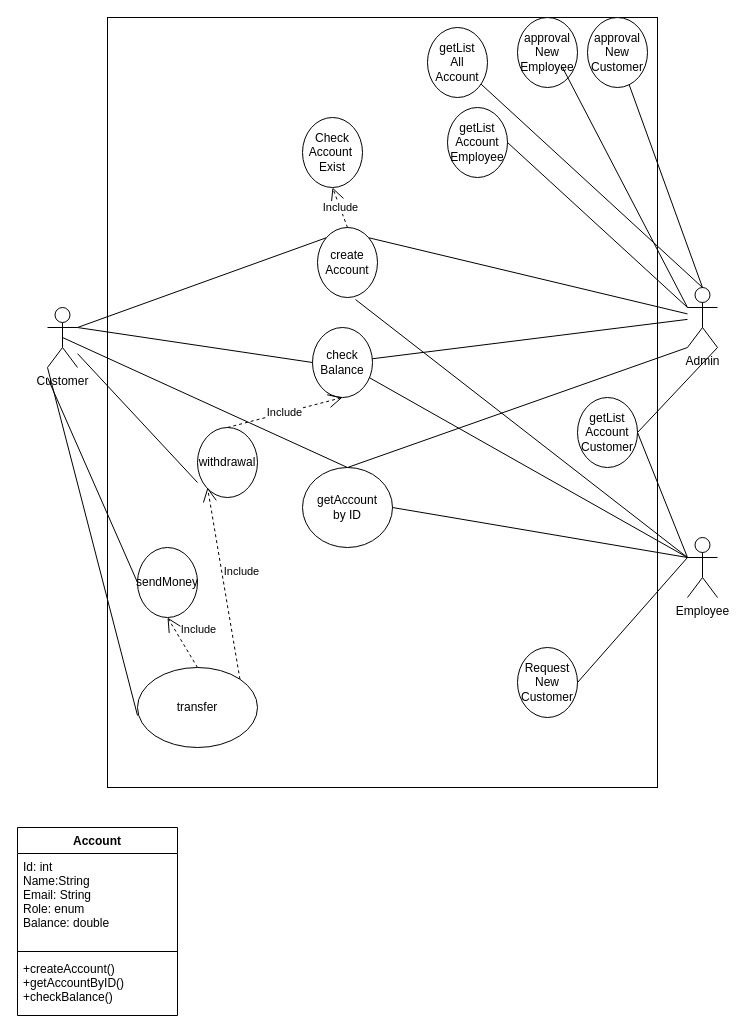
Above: Bank_Use_Case.drawio in QuyetVV1995/Bank (draw.io), before the change. Source tidied: cells renumbered, new cells numbered last; positions are measured from the earlier drawing's top-left corner, leaving out a move shared by most shapes. Both pictures are drawn from the tidied source at 100%, with x=0, y=0 at pixel (17, 17).
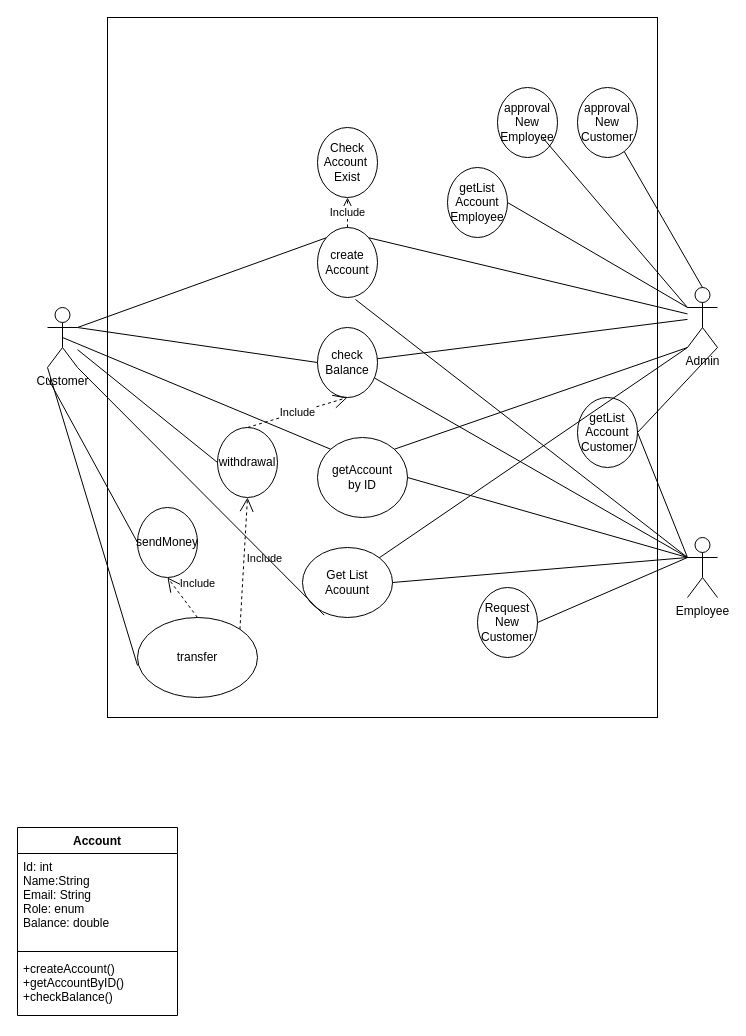
The same diagram, later.

Unchanged cells that the change refers to:
```xml
<mxCell id="2" value="Customer&lt;br&gt;" style="shape=umlActor;verticalLabelPosition=bottom;verticalAlign=top;html=1;outlineConnect=0;" parent="1" vertex="1">
  <mxGeometry x="30" y="290" width="30" height="60" as="geometry" />
</mxCell>
<mxCell id="3" value="Employee" style="shape=umlActor;verticalLabelPosition=bottom;verticalAlign=top;html=1;outlineConnect=0;" parent="1" vertex="1">
  <mxGeometry x="670" y="520" width="30" height="60" as="geometry" />
</mxCell>
<mxCell id="4" value="Admin" style="shape=umlActor;verticalLabelPosition=bottom;verticalAlign=top;html=1;outlineConnect=0;" parent="1" vertex="1">
  <mxGeometry x="670" y="270" width="30" height="60" as="geometry" />
</mxCell>
```

The edit, as a diff of the source:
```diff
@@
     <mxCell id="5" style="rounded=0;whiteSpace=wrap;html=1;" parent="1" vertex="1">
-      <mxGeometry x="90" width="550" height="770" as="geometry" />
+      <mxGeometry x="90" width="550" height="700" as="geometry" />
     </mxCell>
@@
     <mxCell id="7" value="check&lt;br&gt;Balance" style="ellipse;whiteSpace=wrap;html=1;" parent="1" vertex="1">
-      <mxGeometry x="295" y="310" width="60" height="70" as="geometry" />
+      <mxGeometry x="300" y="310" width="60" height="70" as="geometry" />
     </mxCell>
     <mxCell id="8" value="withdrawal" style="ellipse;whiteSpace=wrap;html=1;" parent="1" vertex="1">
-      <mxGeometry x="180" y="410" width="60" height="70" as="geometry" />
+      <mxGeometry x="200" y="410" width="60" height="70" as="geometry" />
     </mxCell>
     <mxCell id="9" value="sendMoney" style="ellipse;whiteSpace=wrap;html=1;direction=west;" parent="1" vertex="1">
-      <mxGeometry x="120" y="530" width="60" height="70" as="geometry" />
+      <mxGeometry x="120" y="490" width="60" height="70" as="geometry" />
     </mxCell>
     <mxCell id="10" value="Check Account&amp;nbsp;&lt;br&gt;Exist" style="ellipse;whiteSpace=wrap;html=1;" parent="1" vertex="1">
-      <mxGeometry x="285" y="100" width="60" height="70" as="geometry" />
+      <mxGeometry x="300" y="110" width="60" height="70" as="geometry" />
     </mxCell>
     <mxCell id="11" value="Request&lt;br&gt;New&lt;br&gt;Customer" style="ellipse;whiteSpace=wrap;html=1;" parent="1" vertex="1">
-      <mxGeometry x="500" y="630" width="60" height="70" as="geometry" />
+      <mxGeometry x="460" y="570" width="60" height="70" as="geometry" />
     </mxCell>
     <mxCell id="12" value="approval&lt;br&gt;New&lt;br&gt;Customer" style="ellipse;whiteSpace=wrap;html=1;" parent="1" vertex="1">
-      <mxGeometry x="570" width="60" height="70" as="geometry" />
+      <mxGeometry x="560" y="70" width="60" height="70" as="geometry" />
     </mxCell>
-    <mxCell id="13" value="getList&lt;br&gt;All&lt;br&gt;Account" style="ellipse;whiteSpace=wrap;html=1;" parent="1" vertex="1">
-      <mxGeometry x="410" y="10" width="60" height="70" as="geometry" />
+    <mxCell id="13" value="Get List&lt;br&gt;Acouunt" style="ellipse;whiteSpace=wrap;html=1;" parent="1" vertex="1">
+      <mxGeometry x="285" y="530" width="90" height="70" as="geometry" />
     </mxCell>
@@
-    <mxCell id="17" style="endArrow=none;html=1;exitX=0;exitY=0.786;exitDx=0;exitDy=0;exitPerimeter=0;" parent="1" edge="1" source="8" target="2">
+    <mxCell id="17" style="endArrow=none;html=1;exitX=0;exitY=0.5;exitDx=0;exitDy=0;" parent="1" edge="1" source="8" target="2">
       <mxGeometry relative="1" as="geometry" />
     </mxCell>
@@
-    <mxCell id="19" style="endArrow=none;html=1;entryX=0.5;entryY=0;entryDx=0;entryDy=0;entryPerimeter=0;" parent="1" edge="1" source="13" target="4">
-      <mxGeometry relative="1" as="geometry" />
-    </mxCell>
@@
     <mxCell id="22" value="getAccount&lt;br&gt;by ID" style="ellipse;whiteSpace=wrap;html=1;" parent="1" vertex="1">
-      <mxGeometry x="285" y="450" width="90" height="80" as="geometry" />
+      <mxGeometry x="300" y="420" width="90" height="80" as="geometry" />
     </mxCell>
-    <mxCell id="23" value="Include" style="endArrow=open;endSize=12;dashed=1;html=1;exitX=1;exitY=0;exitDx=0;exitDy=0;" parent="1" edge="1" source="43">
-      <mxGeometry x="0.09" y="-20" relative="1" as="geometry">
-        <mxPoint x="190" y="470" as="targetPoint" />
-      </mxGeometry>
+    <mxCell id="23" value="Include" style="endArrow=open;endSize=12;dashed=1;html=1;exitX=1;exitY=0;exitDx=0;exitDy=0;entryX=0.5;entryY=1;entryDx=0;entryDy=0;" parent="1" edge="1" source="43" target="8">
+      <mxGeometry x="0.09" y="-20" relative="1" as="geometry" />
     </mxCell>
@@
     <mxCell id="25" value="getList&lt;br&gt;Account&lt;br&gt;Employee" style="ellipse;whiteSpace=wrap;html=1;" parent="1" vertex="1">
-      <mxGeometry x="430" y="90" width="60" height="70" as="geometry" />
+      <mxGeometry x="430" y="150" width="60" height="70" as="geometry" />
     </mxCell>
@@
-    <mxCell id="38" style="endArrow=none;html=1;entryX=0;entryY=1;entryDx=0;entryDy=0;entryPerimeter=0;" parent="1" edge="1" target="4">
-      <mxGeometry relative="1" as="geometry">
-        <mxPoint x="330" y="450" as="sourcePoint" />
-      </mxGeometry>
+    <mxCell id="38" style="endArrow=none;html=1;entryX=0;entryY=1;entryDx=0;entryDy=0;entryPerimeter=0;exitX=1;exitY=0;exitDx=0;exitDy=0;" parent="1" edge="1" source="22" target="4">
+      <mxGeometry relative="1" as="geometry" />
     </mxCell>
-    <mxCell id="39" style="endArrow=none;html=1;entryX=0.5;entryY=0.5;entryDx=0;entryDy=0;entryPerimeter=0;" parent="1" edge="1" target="2">
-      <mxGeometry relative="1" as="geometry">
-        <mxPoint x="330" y="450" as="sourcePoint" />
-      </mxGeometry>
+    <mxCell id="39" style="endArrow=none;html=1;entryX=0.5;entryY=0.5;entryDx=0;entryDy=0;entryPerimeter=0;exitX=0;exitY=0;exitDx=0;exitDy=0;" parent="1" edge="1" source="22" target="2">
+      <mxGeometry relative="1" as="geometry" />
     </mxCell>
     <mxCell id="40" value="approval&lt;br&gt;New&lt;br&gt;Employee" style="ellipse;whiteSpace=wrap;html=1;" parent="1" vertex="1">
-      <mxGeometry x="500" width="60" height="70" as="geometry" />
+      <mxGeometry x="480" y="70" width="60" height="70" as="geometry" />
     </mxCell>
@@
     <mxCell id="43" value="transfer" style="ellipse;whiteSpace=wrap;html=1;" parent="1" vertex="1">
-      <mxGeometry x="120" y="650" width="120" height="80" as="geometry" />
+      <mxGeometry x="120" y="600" width="120" height="80" as="geometry" />
     </mxCell>
@@
+    <mxCell id="46" style="endArrow=none;html=1;exitX=1;exitY=1;exitDx=0;exitDy=0;exitPerimeter=0;entryX=0.242;entryY=0.967;entryDx=0;entryDy=0;entryPerimeter=0;" parent="1" edge="1" source="2" target="13">
+      <mxGeometry relative="1" as="geometry" />
+    </mxCell>
+    <mxCell id="47" style="endArrow=none;html=1;exitX=1;exitY=0.5;exitDx=0;exitDy=0;entryX=0;entryY=0.3333333333333333;entryDx=0;entryDy=0;entryPerimeter=0;" parent="1" edge="1" source="13" target="3">
+      <mxGeometry relative="1" as="geometry" />
+    </mxCell>
+    <mxCell id="19" style="endArrow=none;html=1;entryX=0;entryY=1;entryDx=0;entryDy=0;entryPerimeter=0;exitX=1;exitY=0;exitDx=0;exitDy=0;" parent="1" edge="1" source="13" target="4">
+      <mxGeometry relative="1" as="geometry" />
+    </mxCell>
```
